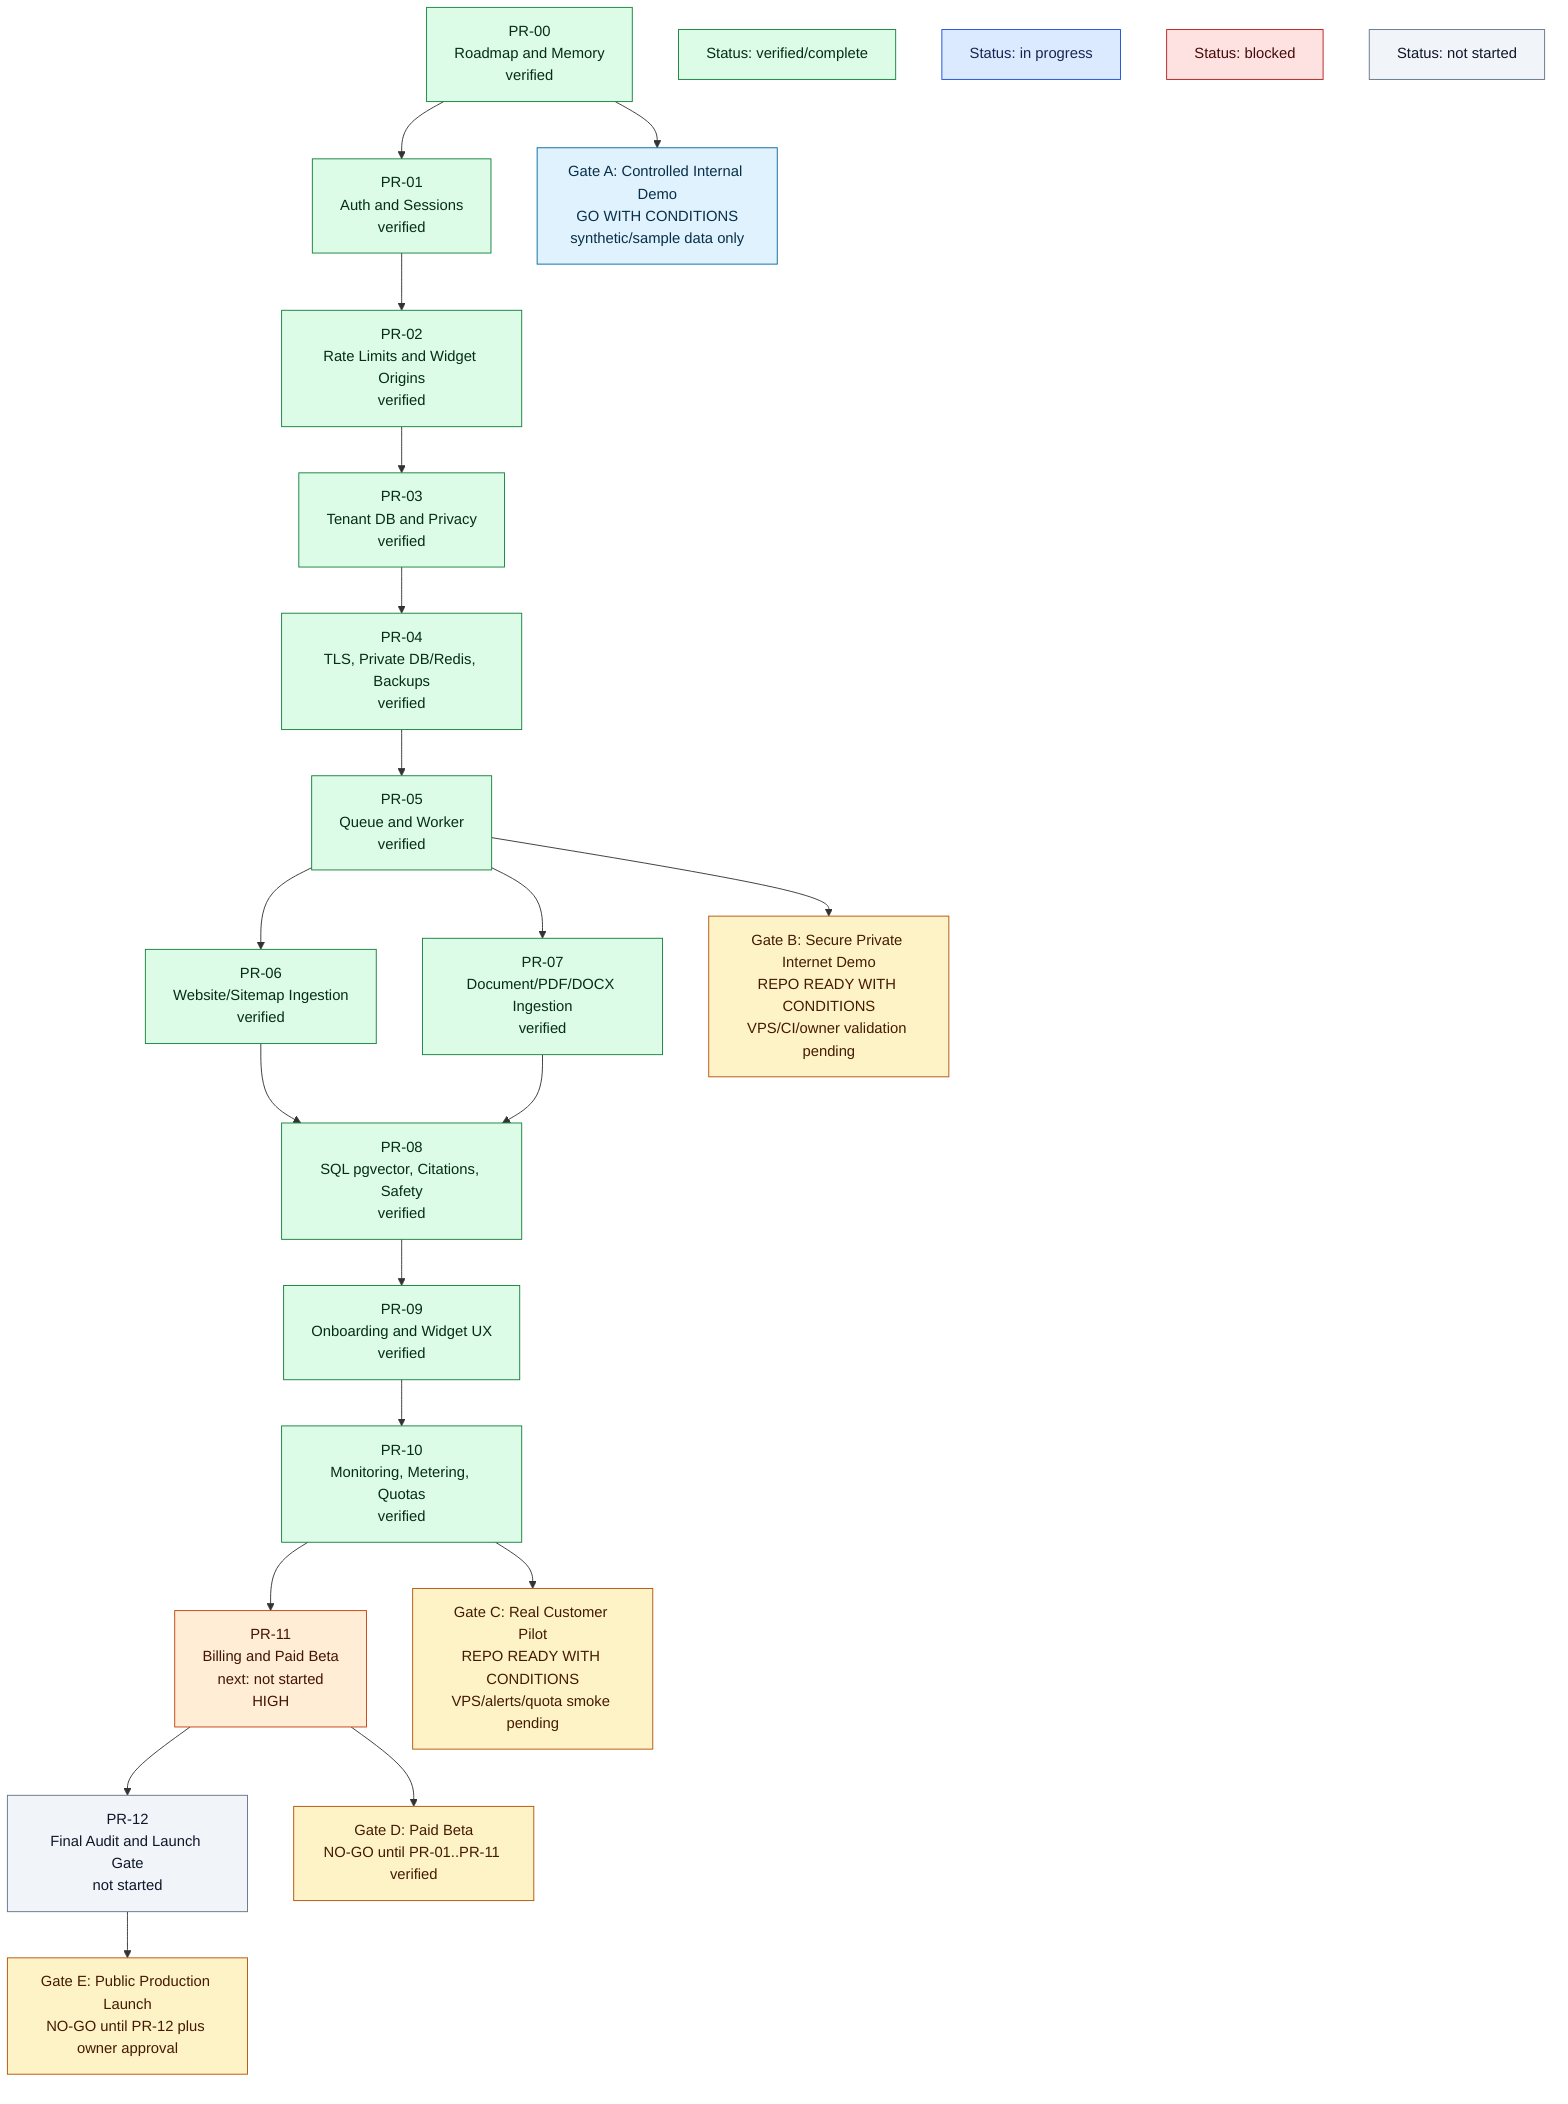
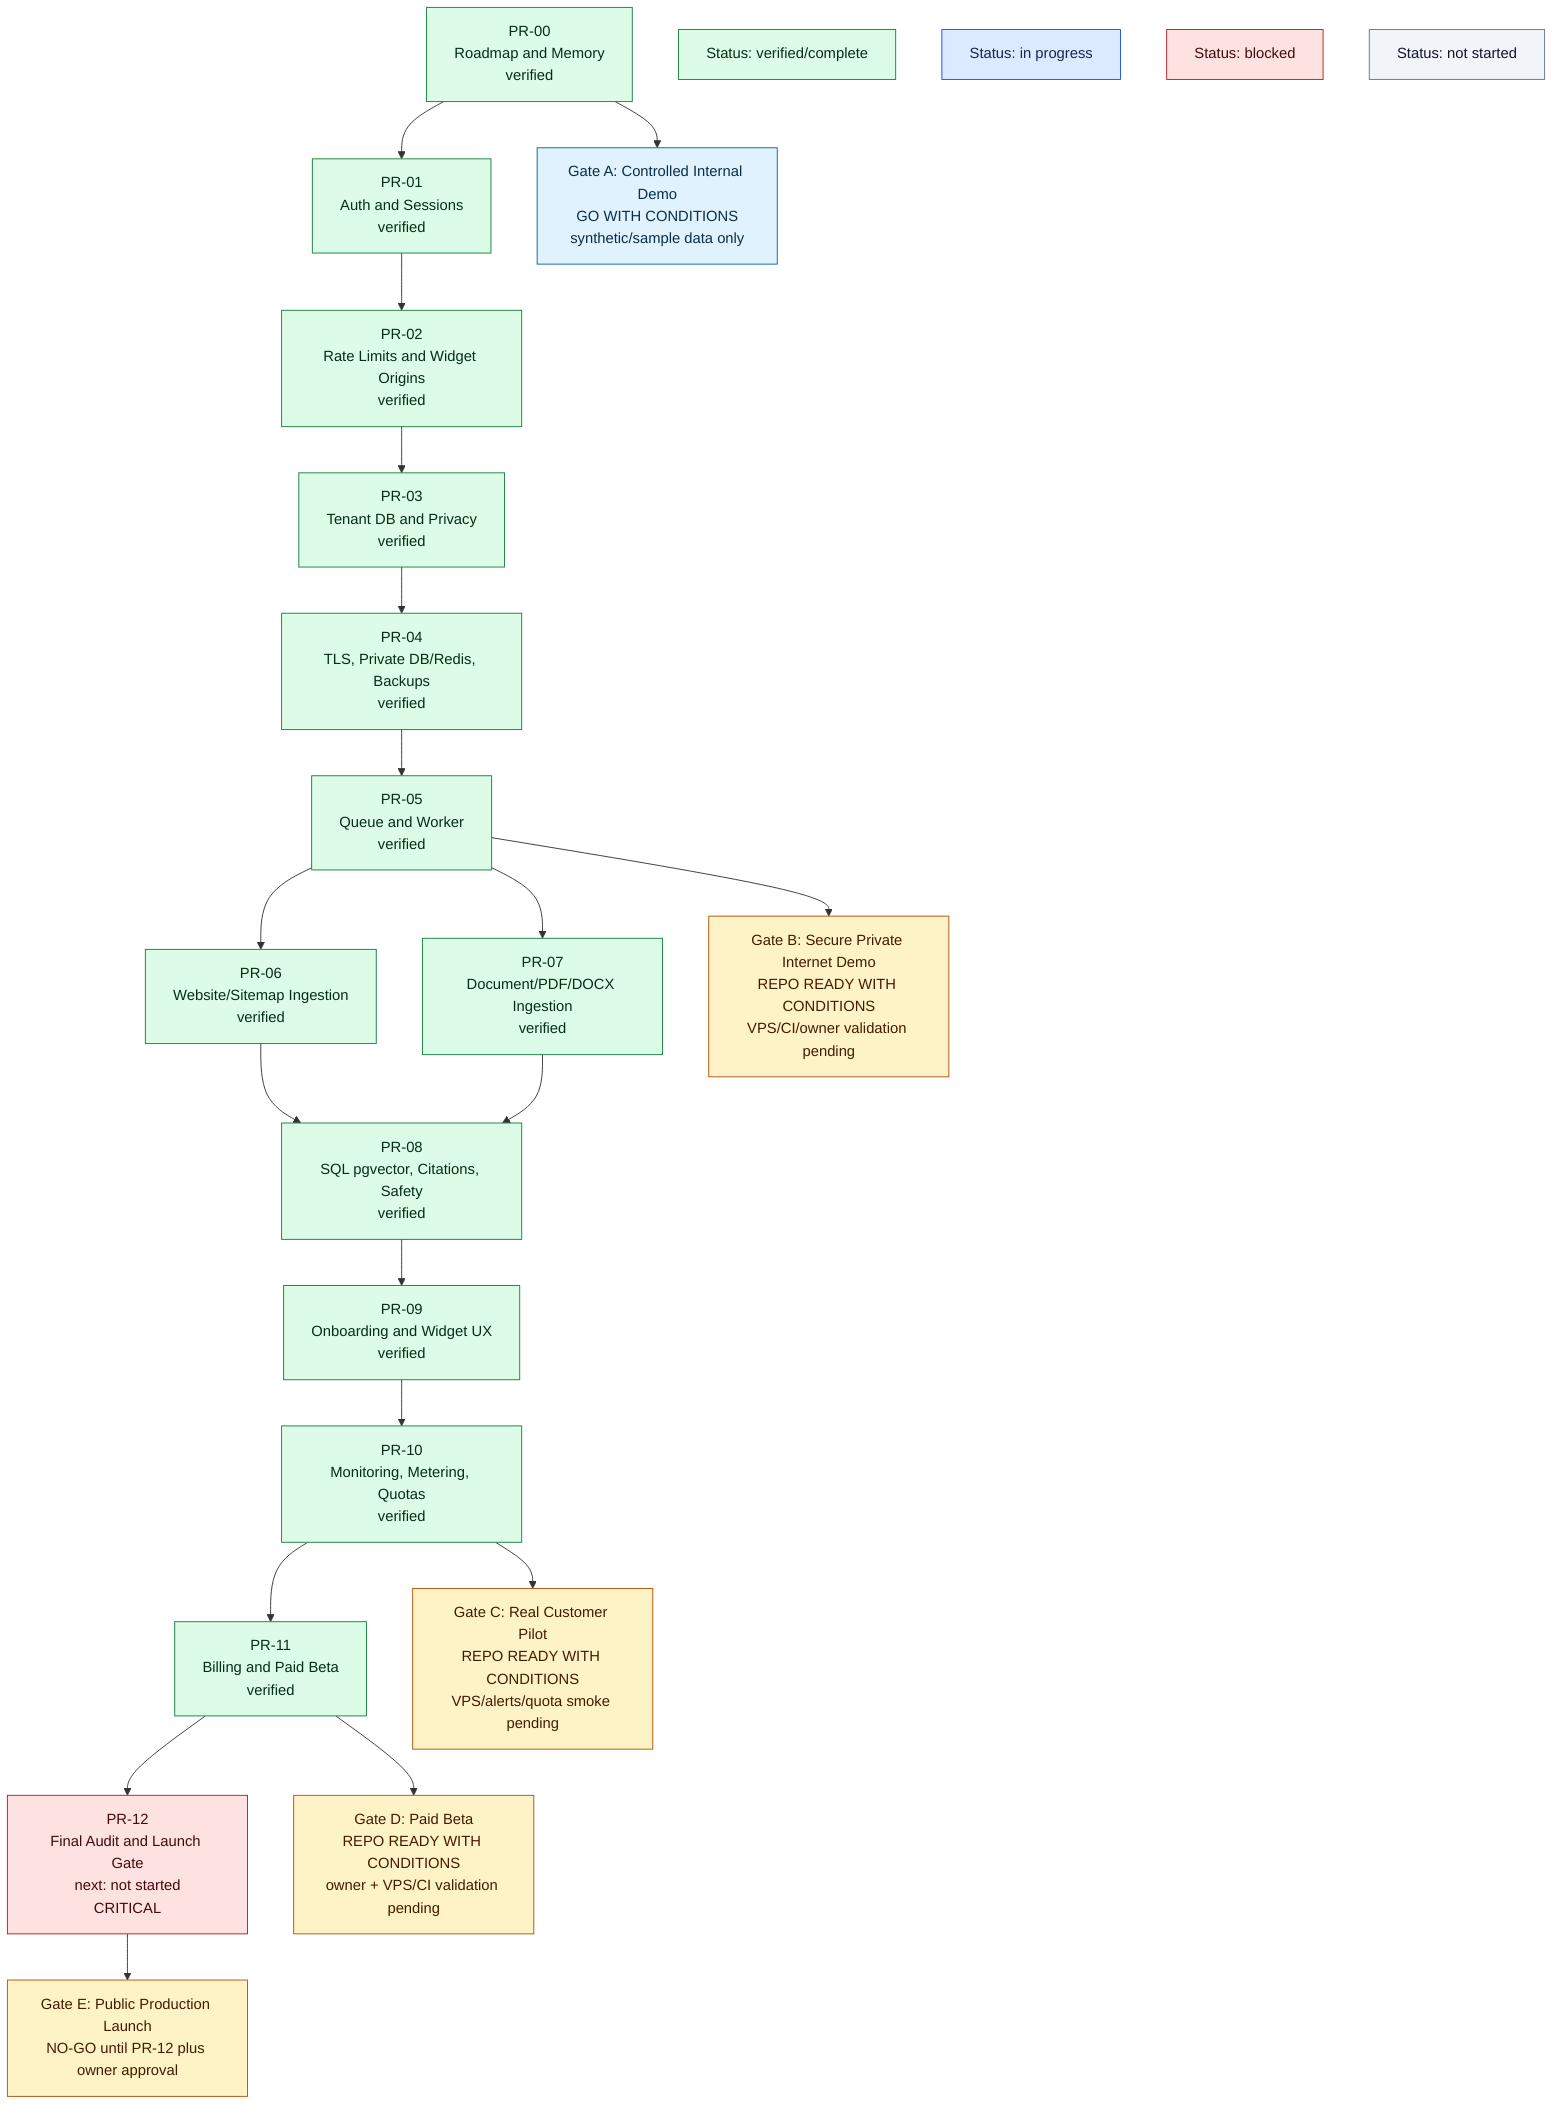
flowchart TB
    PR00["PR-00<br/>Roadmap and Memory<br/>verified"]
    PR01["PR-01<br/>Auth and Sessions<br/>verified"]
    PR02["PR-02<br/>Rate Limits and Widget Origins<br/>verified"]
    PR03["PR-03<br/>Tenant DB and Privacy<br/>verified"]
    PR04["PR-04<br/>TLS, Private DB/Redis, Backups<br/>verified"]
    PR05["PR-05<br/>Queue and Worker<br/>verified"]
    PR06["PR-06<br/>Website/Sitemap Ingestion<br/>verified"]
    PR07["PR-07<br/>Document/PDF/DOCX Ingestion<br/>verified"]
    PR08["PR-08<br/>SQL pgvector, Citations, Safety<br/>verified"]
    PR09["PR-09<br/>Onboarding and Widget UX<br/>verified"]
    PR10["PR-10<br/>Monitoring, Metering, Quotas<br/>verified"]
-     PR11["PR-11<br/>Billing and Paid Beta<br/>next: not started<br/>HIGH"]
-     PR12["PR-12<br/>Final Audit and Launch Gate<br/>not started"]
+     PR11["PR-11<br/>Billing and Paid Beta<br/>verified"]
+     PR12["PR-12<br/>Final Audit and Launch Gate<br/>next: not started<br/>CRITICAL"]

    GateA["Gate A: Controlled Internal Demo<br/>GO WITH CONDITIONS<br/>synthetic/sample data only"]
    GateB["Gate B: Secure Private Internet Demo<br/>REPO READY WITH CONDITIONS<br/>VPS/CI/owner validation pending"]
    GateC["Gate C: Real Customer Pilot<br/>REPO READY WITH CONDITIONS<br/>VPS/alerts/quota smoke pending"]
-     GateD["Gate D: Paid Beta<br/>NO-GO until PR-01..PR-11 verified"]
+     GateD["Gate D: Paid Beta<br/>REPO READY WITH CONDITIONS<br/>owner + VPS/CI validation pending"]
    GateE["Gate E: Public Production Launch<br/>NO-GO until PR-12 plus owner approval"]
    LegendVerified["Status: verified/complete"]
    LegendProgress["Status: in progress"]
    LegendBlocked["Status: blocked"]
    LegendPending["Status: not started"]

    PR00 --> PR01 --> PR02 --> PR03 --> PR04 --> PR05
    PR05 --> PR06
    PR05 --> PR07
    PR06 --> PR08
    PR07 --> PR08
    PR08 --> PR09 --> PR10 --> PR11 --> PR12
    PR00 --> GateA
    PR05 --> GateB
    PR10 --> GateC
    PR11 --> GateD
    PR12 --> GateE

    classDef verified fill:#dcfce7,stroke:#15803d,color:#052e16
    classDef inProgress fill:#dbeafe,stroke:#1d4ed8,color:#172554
    classDef blocked fill:#fee2e2,stroke:#b91c1c,color:#450a0a
    classDef critical fill:#fee2e2,stroke:#b91c1c,color:#450a0a
    classDef high fill:#ffedd5,stroke:#c2410c,color:#431407
    classDef pending fill:#f1f5f9,stroke:#64748b,color:#0f172a
    classDef gateOk fill:#e0f2fe,stroke:#0369a1,color:#082f49
    classDef gateNo fill:#fef3c7,stroke:#b45309,color:#451a03

-     class PR00,PR01,PR02,PR03,PR04,PR05,PR06,PR07,PR08,PR09,PR10 verified
-     class PR11 high
-     class PR12 pending
+     class PR00,PR01,PR02,PR03,PR04,PR05,PR06,PR07,PR08,PR09,PR10,PR11 verified
+     class PR12 critical
    class GateA gateOk
    class GateB,GateC,GateD,GateE gateNo
    class LegendVerified verified
    class LegendProgress inProgress
    class LegendBlocked blocked
    class LegendPending pending
